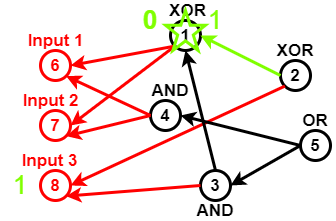
Before: Untitled Diagram.png, a diagram exported from draw.io (sara1024/-CCF201412-2-Z-). Source tidied: cells renumbered, new cells last; positions are measured from the earlier drawing's top-left corner, leaving out a move shared by most shapes.
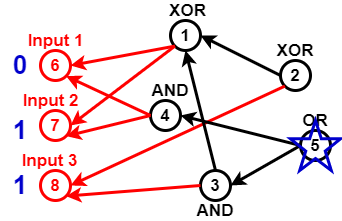
Later version of the same file.

What changed in the source:
```diff
@@ -53,7 +53,7 @@
     <mxCell id="18" style="endArrow=classic;html=1;strokeColor=#000000;strokeWidth=3;fontSize=17;fontColor=#000000;entryX=0.5;entryY=1;entryDx=0;entryDy=0;exitX=0.5;exitY=0;exitDx=0;exitDy=0;" parent="1" edge="1" source="11" target="5">
       <mxGeometry relative="1" as="geometry" />
     </mxCell>
-    <mxCell id="19" style="endArrow=classic;html=1;strokeWidth=3;fontSize=17;entryX=1;entryY=0.5;entryDx=0;entryDy=0;exitX=0;exitY=0.5;exitDx=0;exitDy=0;strokeColor=#80FF00;" parent="1" edge="1" source="13" target="5">
+    <mxCell id="19" style="endArrow=classic;html=1;strokeWidth=3;fontSize=17;entryX=1;entryY=0.5;entryDx=0;entryDy=0;exitX=0;exitY=0.5;exitDx=0;exitDy=0;" parent="1" edge="1" source="13" target="5">
       <mxGeometry relative="1" as="geometry" />
     </mxCell>
     <mxCell id="20" value="XOR" style="text;html=1;strokeColor=none;fillColor=none;align=center;verticalAlign=middle;whiteSpace=wrap;rounded=0;fontSize=17;fontColor=#000000;fontStyle=1;" parent="1" vertex="1">
@@ -80,17 +80,17 @@
     <mxCell id="27" value="Input 3" style="text;html=1;strokeColor=none;fillColor=none;align=center;verticalAlign=middle;whiteSpace=wrap;rounded=0;fontSize=17;fontColor=#FF0000;fontStyle=1;" parent="1" vertex="1">
       <mxGeometry x="17.5" y="150" width="62.5" height="20" as="geometry" />
     </mxCell>
-    <mxCell id="28" style="verticalLabelPosition=bottom;verticalAlign=top;html=1;shape=mxgraph.basic.star;strokeColor=#80FF00;strokeWidth=3;fillColor=none;gradientColor=none;fontSize=17;fontColor=#FF0000;" parent="1" vertex="1">
-      <mxGeometry x="165" y="10" width="40" height="40" as="geometry" />
-    </mxCell>
-    <mxCell id="29" value="0" style="text;html=1;strokeColor=none;fillColor=none;align=center;verticalAlign=middle;whiteSpace=wrap;rounded=0;fontSize=26;fontStyle=1;fontColor=#80FF00;" parent="1" vertex="1">
-      <mxGeometry x="130" y="10" width="40" height="20" as="geometry" />
+    <mxCell id="29" value="0" style="text;html=1;strokeColor=none;fillColor=none;align=center;verticalAlign=middle;whiteSpace=wrap;rounded=0;fontSize=26;fontStyle=1;fontColor=#0000CC;" parent="1" vertex="1">
+      <mxGeometry y="55" width="40" height="20" as="geometry" />
     </mxCell>
-    <mxCell id="30" value="1" style="text;html=1;strokeColor=none;fillColor=none;align=center;verticalAlign=middle;whiteSpace=wrap;rounded=0;fontSize=26;fontColor=#80FF00;" parent="1" vertex="1">
-      <mxGeometry x="195" y="10" width="40" height="20" as="geometry" />
+    <mxCell id="30" value="1" style="text;html=1;strokeColor=none;fillColor=none;align=center;verticalAlign=middle;whiteSpace=wrap;rounded=0;fontSize=26;fontColor=#0000CC;fontStyle=1;" parent="1" vertex="1">
+      <mxGeometry y="120" width="40" height="20" as="geometry" />
     </mxCell>
-    <mxCell id="31" value="1" style="text;html=1;strokeColor=none;fillColor=none;align=center;verticalAlign=middle;whiteSpace=wrap;rounded=0;fontSize=26;fontColor=#80FF00;" parent="1" vertex="1">
+    <mxCell id="31" value="1" style="text;html=1;strokeColor=none;fillColor=none;align=center;verticalAlign=middle;whiteSpace=wrap;rounded=0;fontSize=26;fontStyle=1;fontColor=#0000CC;" parent="1" vertex="1">
       <mxGeometry y="175" width="40" height="20" as="geometry" />
     </mxCell>
+    <mxCell id="32" style="verticalLabelPosition=bottom;verticalAlign=top;html=1;shape=mxgraph.basic.star;strokeWidth=3;fillColor=none;gradientColor=none;fontSize=26;fontColor=#0000CC;strokeColor=#0000CC;" parent="1" vertex="1">
+      <mxGeometry x="290" y="120" width="50" height="50" as="geometry" />
+    </mxCell>
   </root>
 </mxGraphModel>
```
